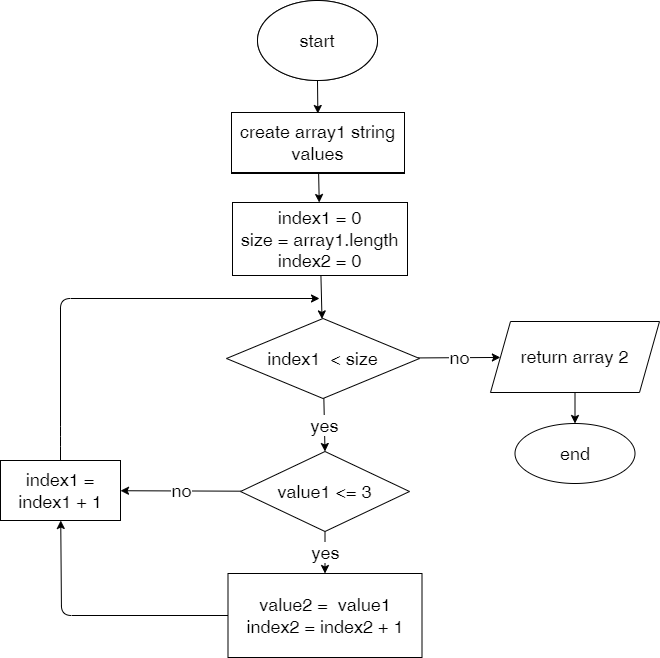
The draw.io diagram alg.drawio.png in sergdmi/IT-start, before a commit. Source tidied: cells renumbered, new cells last; positions are measured from the earlier drawing's top-left corner, leaving out a move shared by most shapes.
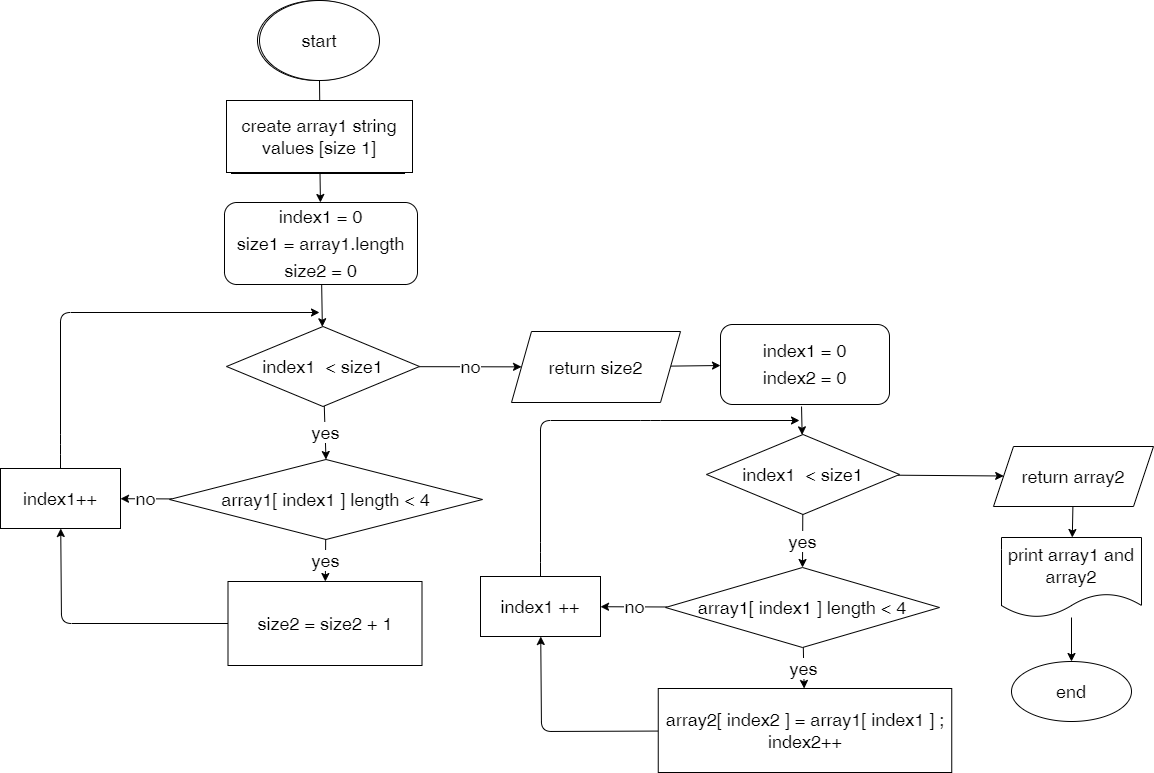
After the commit.

Commit message:
drawing amended to reflect all code steps

The edit, as a diff of the source:
```diff
@@ -2,69 +2,66 @@
   <root>
     <mxCell id="0" />
     <mxCell id="1" parent="0" />
-    <mxCell id="2" style="edgeStyle=none;html=1;fontSize=18;" parent="1" edge="1" source="3" target="5">
-      <mxGeometry relative="1" as="geometry" />
+    <mxCell id="2" style="edgeStyle=none;html=1;fontSize=18;" parent="1" edge="1">
+      <mxGeometry relative="1" as="geometry">
+        <mxPoint x="319" y="80" as="sourcePoint" />
+        <mxPoint x="319.4" y="113" as="targetPoint" />
+      </mxGeometry>
     </mxCell>
     <mxCell id="3" value="start" style="ellipse;whiteSpace=wrap;html=1;fontSize=18;" parent="1" vertex="1">
       <mxGeometry x="257" width="120" height="80" as="geometry" />
     </mxCell>
-    <mxCell id="4" style="edgeStyle=none;html=1;fontSize=18;" parent="1" edge="1" source="5" target="7">
-      <mxGeometry relative="1" as="geometry" />
-    </mxCell>
     <mxCell id="5" value="create array1 string values" style="whiteSpace=wrap;html=1;fontSize=18;" parent="1" vertex="1">
       <mxGeometry x="231" y="113" width="173" height="60" as="geometry" />
     </mxCell>
-    <mxCell id="6" style="edgeStyle=none;html=1;" parent="1" edge="1" source="7" target="22">
-      <mxGeometry relative="1" as="geometry" />
-    </mxCell>
-    <mxCell id="7" value="index1 = 0&lt;br&gt;size = array1.length&lt;br&gt;index2 = 0" style="whiteSpace=wrap;html=1;fontSize=18;" parent="1" vertex="1">
-      <mxGeometry x="232" y="202" width="175" height="73" as="geometry" />
-    </mxCell>
     <mxCell id="8" value="yes" style="edgeStyle=none;html=1;fontSize=18;" parent="1" edge="1" source="10" target="12">
       <mxGeometry relative="1" as="geometry" />
     </mxCell>
     <mxCell id="9" value="no" style="edgeStyle=none;html=1;fontSize=18;" parent="1" edge="1" source="10" target="14">
       <mxGeometry relative="1" as="geometry" />
     </mxCell>
-    <mxCell id="10" value="value1 &amp;lt;= 3" style="rhombus;whiteSpace=wrap;html=1;fontSize=18;" parent="1" vertex="1">
-      <mxGeometry x="240" y="451" width="169" height="80" as="geometry" />
+    <mxCell id="10" value="array1[ index1 ] length &amp;lt; 4" style="rhombus;whiteSpace=wrap;html=1;fontSize=18;" parent="1" vertex="1">
+      <mxGeometry x="169" y="459" width="313" height="80" as="geometry" />
     </mxCell>
     <mxCell id="11" style="edgeStyle=none;html=1;fontSize=18;" parent="1" edge="1" source="12" target="14">
       <mxGeometry relative="1" as="geometry">
         <Array as="points">
-          <mxPoint x="61" y="615" />
+          <mxPoint x="61" y="623" />
         </Array>
       </mxGeometry>
     </mxCell>
-    <mxCell id="12" value="value2 =&amp;nbsp; value1&lt;br&gt;index2 = index2 + 1" style="whiteSpace=wrap;html=1;fontSize=18;" parent="1" vertex="1">
-      <mxGeometry x="227.5" y="573" width="194" height="84" as="geometry" />
+    <mxCell id="12" value="size2 = size2 + 1" style="whiteSpace=wrap;html=1;fontSize=18;" parent="1" vertex="1">
+      <mxGeometry x="227.5" y="581" width="194" height="84" as="geometry" />
     </mxCell>
     <mxCell id="13" style="edgeStyle=none;html=1;fontSize=18;" parent="1" edge="1" source="14">
       <mxGeometry relative="1" as="geometry">
-        <mxPoint x="319" y="298" as="targetPoint" />
+        <mxPoint x="319" y="312" as="targetPoint" />
         <Array as="points">
-          <mxPoint x="60" y="436" />
-          <mxPoint x="60" y="298" />
+          <mxPoint x="60" y="444" />
+          <mxPoint x="60" y="312" />
         </Array>
       </mxGeometry>
     </mxCell>
-    <mxCell id="14" value="index1 = index1 + 1" style="whiteSpace=wrap;html=1;fontSize=18;" parent="1" vertex="1">
-      <mxGeometry y="460" width="120" height="60" as="geometry" />
+    <mxCell id="14" value="index1++" style="whiteSpace=wrap;html=1;fontSize=18;" parent="1" vertex="1">
+      <mxGeometry y="468" width="120" height="60" as="geometry" />
     </mxCell>
-    <mxCell id="15" style="edgeStyle=none;html=1;fontSize=18;" parent="1" edge="1" source="16" target="17">
-      <mxGeometry relative="1" as="geometry" />
-    </mxCell>
+    <mxCell id="23" style="edgeStyle=none;html=1;" parent="1" edge="1" source="16" target="27">
+      <mxGeometry relative="1" as="geometry" />
+    </mxCell>
-    <mxCell id="16" value="return array 2" style="shape=parallelogram;perimeter=parallelogramPerimeter;whiteSpace=wrap;html=1;fixedSize=1;fontSize=18;" parent="1" vertex="1">
-      <mxGeometry x="490" y="321" width="169" height="71" as="geometry" />
+    <mxCell id="16" value="return size2" style="shape=parallelogram;perimeter=parallelogramPerimeter;whiteSpace=wrap;html=1;fixedSize=1;fontSize=18;" parent="1" vertex="1">
+      <mxGeometry x="511" y="331" width="169" height="71" as="geometry" />
     </mxCell>
     <mxCell id="17" value="end" style="ellipse;whiteSpace=wrap;html=1;fontSize=18;" parent="1" vertex="1">
-      <mxGeometry x="514.5" y="423" width="120" height="60" as="geometry" />
+      <mxGeometry x="1011" y="661" width="120" height="60" as="geometry" />
     </mxCell>
     <mxCell id="18" value="start" style="ellipse;whiteSpace=wrap;html=1;fontSize=18;" parent="1" vertex="1">
-      <mxGeometry x="257" width="120" height="80" as="geometry" />
+      <mxGeometry x="259" width="120" height="80" as="geometry" />
     </mxCell>
+    <mxCell id="24" style="edgeStyle=none;html=1;" parent="1" edge="1" source="19" target="26">
+      <mxGeometry relative="1" as="geometry" />
+    </mxCell>
-    <mxCell id="19" value="create array1 string values" style="whiteSpace=wrap;html=1;fontSize=18;" parent="1" vertex="1">
-      <mxGeometry x="231" y="112" width="173" height="60" as="geometry" />
+    <mxCell id="19" value="create array1 string values [size 1]" style="whiteSpace=wrap;html=1;fontSize=18;" parent="1" vertex="1">
+      <mxGeometry x="226" y="100" width="186" height="72" as="geometry" />
     </mxCell>
     <mxCell id="20" value="yes" style="edgeStyle=none;html=1;entryX=0.5;entryY=0;entryDx=0;entryDy=0;strokeWidth=1;fontSize=18;" parent="1" edge="1" source="22" target="10">
       <mxGeometry relative="1" as="geometry" />
@@ -72,8 +69,75 @@
     <mxCell id="21" value="no" style="edgeStyle=none;html=1;fontSize=18;strokeWidth=1;" parent="1" edge="1" source="22" target="16">
       <mxGeometry relative="1" as="geometry" />
     </mxCell>
-    <mxCell id="22" value="index1&amp;nbsp; &amp;lt; size" style="rhombus;whiteSpace=wrap;html=1;fontSize=18;" parent="1" vertex="1">
-      <mxGeometry x="226" y="318" width="193" height="80" as="geometry" />
+    <mxCell id="22" value="index1&amp;nbsp; &amp;lt; size1" style="rhombus;whiteSpace=wrap;html=1;fontSize=18;" parent="1" vertex="1">
+      <mxGeometry x="226" y="326" width="193" height="80" as="geometry" />
     </mxCell>
+    <mxCell id="25" style="edgeStyle=none;html=1;" parent="1" edge="1" source="26" target="22">
+      <mxGeometry relative="1" as="geometry" />
+    </mxCell>
+    <mxCell id="26" value="&lt;span style=&quot;font-size: 18px&quot;&gt;index1 = 0&lt;/span&gt;&lt;br style=&quot;font-size: 18px&quot;&gt;&lt;span style=&quot;font-size: 18px&quot;&gt;size1 = array1.length&lt;/span&gt;&lt;br style=&quot;font-size: 18px&quot;&gt;&lt;span style=&quot;font-size: 18px&quot;&gt;size2 = 0&lt;/span&gt;" style="rounded=1;whiteSpace=wrap;html=1;" parent="1" vertex="1">
+      <mxGeometry x="224" y="202" width="193" height="82" as="geometry" />
+    </mxCell>
+    <mxCell id="27" value="&lt;span style=&quot;font-size: 18px&quot;&gt;index1 = 0&lt;/span&gt;&lt;br style=&quot;font-size: 18px&quot;&gt;&lt;span style=&quot;font-size: 18px&quot;&gt;index2 = 0&lt;/span&gt;" style="rounded=1;whiteSpace=wrap;html=1;" parent="1" vertex="1">
+      <mxGeometry x="720" y="324" width="169" height="80" as="geometry" />
+    </mxCell>
+    <mxCell id="28" value="yes" style="edgeStyle=none;html=1;fontSize=18;" parent="1" edge="1" source="30" target="32">
+      <mxGeometry relative="1" as="geometry" />
+    </mxCell>
+    <mxCell id="29" value="no" style="edgeStyle=none;html=1;fontSize=18;" parent="1" edge="1" source="30" target="34">
+      <mxGeometry relative="1" as="geometry" />
+    </mxCell>
+    <mxCell id="30" value="array1[ index1 ] length &amp;lt; 4" style="rhombus;whiteSpace=wrap;html=1;fontSize=18;" parent="1" vertex="1">
+      <mxGeometry x="665" y="567" width="274" height="80" as="geometry" />
+    </mxCell>
+    <mxCell id="31" style="edgeStyle=none;html=1;fontSize=18;" parent="1" edge="1" source="32" target="34">
+      <mxGeometry relative="1" as="geometry">
+        <Array as="points">
+          <mxPoint x="541" y="731" />
+        </Array>
+      </mxGeometry>
+    </mxCell>
+    <mxCell id="32" value="array2[ index2 ] = array1[ index1 ] ; index2++" style="whiteSpace=wrap;html=1;fontSize=18;" parent="1" vertex="1">
+      <mxGeometry x="657.8" y="688" width="293.5" height="84" as="geometry" />
+    </mxCell>
+    <mxCell id="33" style="edgeStyle=none;html=1;fontSize=18;" parent="1" edge="1" source="34">
+      <mxGeometry relative="1" as="geometry">
+        <mxPoint x="799" y="420" as="targetPoint" />
+        <Array as="points">
+          <mxPoint x="540" y="552" />
+          <mxPoint x="540" y="420" />
+          <mxPoint x="650" y="420" />
+        </Array>
+      </mxGeometry>
+    </mxCell>
+    <mxCell id="34" value="index1 ++" style="whiteSpace=wrap;html=1;fontSize=18;" parent="1" vertex="1">
+      <mxGeometry x="480" y="576" width="120" height="60" as="geometry" />
+    </mxCell>
+    <mxCell id="35" value="yes" style="edgeStyle=none;html=1;entryX=0.5;entryY=0;entryDx=0;entryDy=0;strokeWidth=1;fontSize=18;" parent="1" edge="1" source="37" target="30">
+      <mxGeometry relative="1" as="geometry" />
+    </mxCell>
+    <mxCell id="36" style="edgeStyle=none;html=1;" parent="1" edge="1" source="37" target="40">
+      <mxGeometry relative="1" as="geometry" />
+    </mxCell>
+    <mxCell id="37" value="index1&amp;nbsp; &amp;lt; size1" style="rhombus;whiteSpace=wrap;html=1;fontSize=18;" parent="1" vertex="1">
+      <mxGeometry x="706" y="434" width="193" height="80" as="geometry" />
+    </mxCell>
+    <mxCell id="38" style="edgeStyle=none;html=1;" parent="1" edge="1" target="37">
+      <mxGeometry relative="1" as="geometry">
+        <mxPoint x="801" y="406" as="sourcePoint" />
+      </mxGeometry>
+    </mxCell>
+    <mxCell id="39" style="edgeStyle=none;html=1;" parent="1" edge="1" source="40" target="42">
+      <mxGeometry relative="1" as="geometry" />
+    </mxCell>
+    <mxCell id="40" value="return array2" style="shape=parallelogram;perimeter=parallelogramPerimeter;whiteSpace=wrap;html=1;fixedSize=1;fontSize=18;" parent="1" vertex="1">
+      <mxGeometry x="993" y="446" width="160" height="60" as="geometry" />
+    </mxCell>
+    <mxCell id="41" style="edgeStyle=none;html=1;" parent="1" edge="1" source="42" target="17">
+      <mxGeometry relative="1" as="geometry" />
+    </mxCell>
+    <mxCell id="42" value="print array1 and array2" style="shape=document;whiteSpace=wrap;html=1;boundedLbl=1;fontSize=18;" parent="1" vertex="1">
+      <mxGeometry x="1001" y="537" width="140" height="80" as="geometry" />
+    </mxCell>
   </root>
 </mxGraphModel>
```
